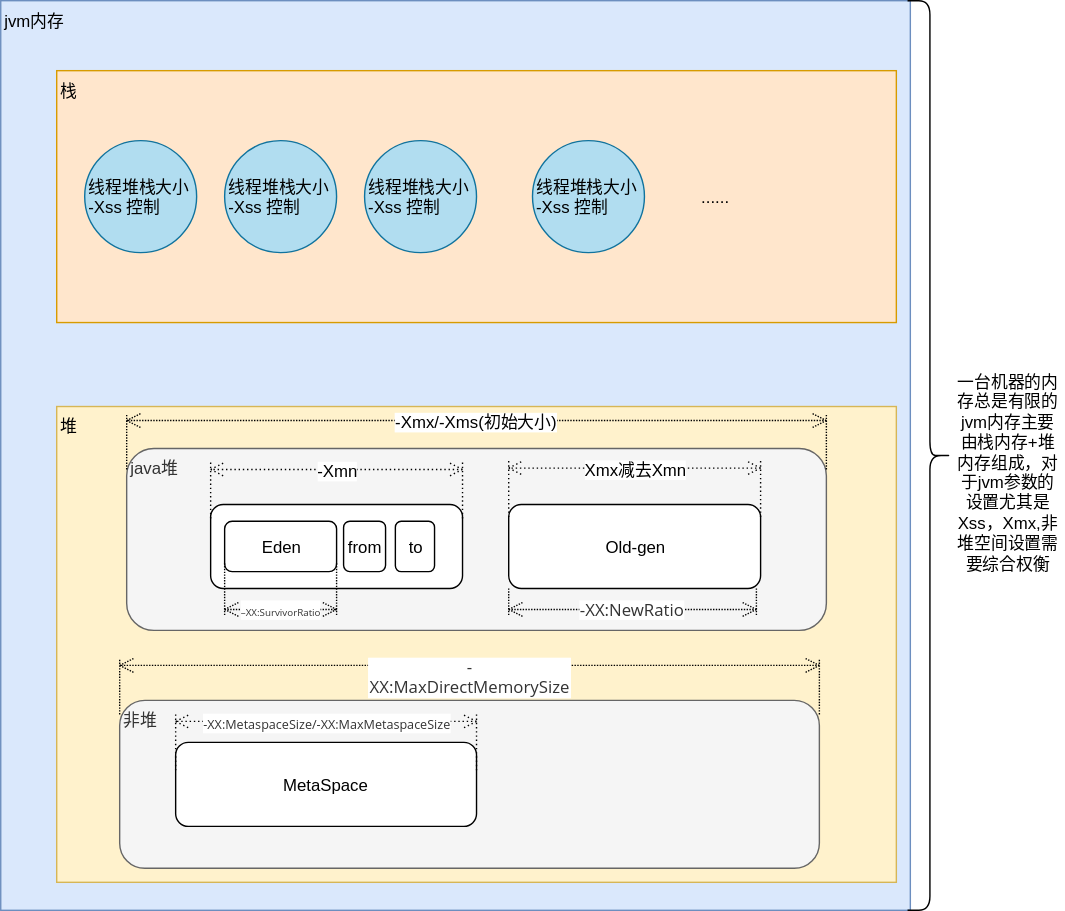
This is Week_01/jvm_memory_relation.svg from Jtiag/JAVA-000, a draw.io export, as it was before one commit. Source tidied: cells renumbered, new cells last; positions are measured from the earlier drawing's top-left corner, leaving out a move shared by most shapes. The source it was exported from:
```xml
<mxGraphModel>
  <root>
    <mxCell id="0" />
    <mxCell id="1" parent="0" />
    <mxCell id="2" value="jvm内存" style="whiteSpace=wrap;html=1;fillColor=#dae8fc;strokeColor=#6c8ebf;align=left;verticalAlign=top;" parent="1" vertex="1">
      <mxGeometry width="650" height="650" as="geometry" />
    </mxCell>
    <mxCell id="3" value="栈" style="rounded=0;whiteSpace=wrap;html=1;fillColor=#ffe6cc;strokeColor=#d79b00;verticalAlign=top;align=left;" parent="1" vertex="1">
      <mxGeometry x="40" y="50" width="600" height="180" as="geometry" />
    </mxCell>
    <mxCell id="4" value="堆" style="rounded=0;whiteSpace=wrap;html=1;fillColor=#fff2cc;strokeColor=#d6b656;verticalAlign=top;align=left;" parent="1" vertex="1">
      <mxGeometry x="40" y="290" width="600" height="340" as="geometry" />
    </mxCell>
    <mxCell id="5" value="非堆" style="rounded=1;whiteSpace=wrap;html=1;align=left;fillColor=#f5f5f5;strokeColor=#666666;fontColor=#333333;verticalAlign=top;" parent="1" vertex="1">
      <mxGeometry x="85" y="500" width="500" height="120" as="geometry" />
    </mxCell>
    <mxCell id="6" value="线程堆栈大小&lt;br&gt;-Xss 控制" style="ellipse;whiteSpace=wrap;html=1;align=left;fillColor=#b1ddf0;strokeColor=#10739e;" parent="1" vertex="1">
      <mxGeometry x="60" y="100" width="80" height="80" as="geometry" />
    </mxCell>
    <mxCell id="7" value="&lt;span style=&quot;white-space: normal&quot;&gt;线程堆栈大小&lt;/span&gt;&lt;br style=&quot;white-space: normal&quot;&gt;&lt;span style=&quot;white-space: normal&quot;&gt;-Xss 控制&lt;/span&gt;" style="ellipse;whiteSpace=wrap;html=1;align=left;fillColor=#b1ddf0;strokeColor=#10739e;" parent="1" vertex="1">
      <mxGeometry x="160" y="100" width="80" height="80" as="geometry" />
    </mxCell>
    <mxCell id="8" value="&lt;span style=&quot;white-space: normal&quot;&gt;线程堆栈大小&lt;/span&gt;&lt;br style=&quot;white-space: normal&quot;&gt;&lt;span style=&quot;white-space: normal&quot;&gt;-Xss 控制&lt;/span&gt;" style="ellipse;whiteSpace=wrap;html=1;align=left;fillColor=#b1ddf0;strokeColor=#10739e;" parent="1" vertex="1">
      <mxGeometry x="260" y="100" width="80" height="80" as="geometry" />
    </mxCell>
    <mxCell id="9" value="&lt;span style=&quot;white-space: normal&quot;&gt;线程堆栈大小&lt;/span&gt;&lt;br style=&quot;white-space: normal&quot;&gt;&lt;span style=&quot;white-space: normal&quot;&gt;-Xss 控制&lt;/span&gt;" style="ellipse;whiteSpace=wrap;html=1;align=left;fillColor=#b1ddf0;strokeColor=#10739e;" parent="1" vertex="1">
      <mxGeometry x="380" y="100" width="80" height="80" as="geometry" />
    </mxCell>
    <mxCell id="10" value="......" style="text;html=1;strokeColor=none;fillColor=none;align=center;verticalAlign=middle;whiteSpace=wrap;rounded=0;" parent="1" vertex="1">
      <mxGeometry x="490" y="130" width="40" height="20" as="geometry" />
    </mxCell>
    <mxCell id="11" value="java堆" style="rounded=1;whiteSpace=wrap;html=1;align=left;fillColor=#f5f5f5;strokeColor=#666666;fontColor=#333333;horizontal=1;verticalAlign=top;" parent="1" vertex="1">
      <mxGeometry x="90" y="320" width="500" height="130" as="geometry" />
    </mxCell>
    <mxCell id="12" style="rounded=1;whiteSpace=wrap;html=1;align=left;" parent="1" vertex="1">
      <mxGeometry x="150" y="360" width="180" height="60" as="geometry" />
    </mxCell>
    <mxCell id="13" value="Old-gen" style="rounded=1;whiteSpace=wrap;html=1;align=center;" parent="1" vertex="1">
      <mxGeometry x="363" y="360" width="180" height="60" as="geometry" />
    </mxCell>
    <mxCell id="14" value="-Xmn" style="shape=dimension;direction=west;whiteSpace=wrap;html=1;align=center;verticalAlign=top;spacingTop=-8;labelBackgroundColor=#ffffff;rounded=1;dashed=1;dashPattern=1 2;" parent="1" vertex="1">
      <mxGeometry x="150" y="330" width="180" height="40" as="geometry" />
    </mxCell>
    <mxCell id="15" value="Eden" style="rounded=1;whiteSpace=wrap;html=1;align=center;" parent="1" vertex="1">
      <mxGeometry x="160" y="372" width="80" height="36" as="geometry" />
    </mxCell>
    <mxCell id="16" value="from" style="rounded=1;whiteSpace=wrap;html=1;align=center;" parent="1" vertex="1">
      <mxGeometry x="245" y="372" width="30" height="36" as="geometry" />
    </mxCell>
    <mxCell id="17" value="to" style="rounded=1;whiteSpace=wrap;html=1;align=center;" parent="1" vertex="1">
      <mxGeometry x="282" y="372" width="28" height="36" as="geometry" />
    </mxCell>
    <mxCell id="18" value="-Xmx/-Xms(初始大小)" style="shape=dimension;direction=west;whiteSpace=wrap;html=1;align=center;verticalAlign=top;spacingTop=-8;labelBackgroundColor=#ffffff;rounded=1;dashed=1;dashPattern=1 1;" parent="1" vertex="1">
      <mxGeometry x="90" y="295" width="500" height="40" as="geometry" />
    </mxCell>
    <mxCell id="19" value="Xmx减去Xmn" style="shape=dimension;direction=west;whiteSpace=wrap;html=1;align=center;verticalAlign=top;spacingTop=-8;labelBackgroundColor=#ffffff;rounded=1;dashed=1;dashPattern=1 2;" parent="1" vertex="1">
      <mxGeometry x="363" y="329" width="180" height="40" as="geometry" />
    </mxCell>
    <mxCell id="20" value="&lt;span style=&quot;color: rgb(51 , 51 , 51) ; font-family: &amp;#34;open sans&amp;#34; , &amp;#34;clear sans&amp;#34; , &amp;#34;helvetica neue&amp;#34; , &amp;#34;helvetica&amp;#34; , &amp;#34;arial&amp;#34; , sans-serif ; white-space: pre-wrap&quot;&gt;&lt;font style=&quot;font-size: 7px&quot;&gt;–XX:SurvivorRatio&lt;/font&gt;&lt;/span&gt;" style="shape=dimension;whiteSpace=wrap;html=1;align=center;verticalAlign=bottom;spacingBottom=-5;labelBackgroundColor=#ffffff;rounded=1;dashed=1;dashPattern=1 1;" parent="1" vertex="1">
      <mxGeometry x="160" y="402" width="80" height="38" as="geometry" />
    </mxCell>
    <mxCell id="21" value="&lt;span style=&quot;color: rgb(51 , 51 , 51) ; font-family: &amp;#34;open sans&amp;#34; , &amp;#34;clear sans&amp;#34; , &amp;#34;helvetica neue&amp;#34; , &amp;#34;helvetica&amp;#34; , &amp;#34;arial&amp;#34; , sans-serif ; white-space: pre-wrap&quot;&gt;&lt;font style=&quot;font-size: 12px&quot;&gt;-XX:MaxDirectMemorySize&lt;/font&gt;&lt;/span&gt;" style="shape=dimension;direction=west;whiteSpace=wrap;html=1;align=center;verticalAlign=top;spacingTop=-8;labelBackgroundColor=#ffffff;rounded=1;dashed=1;dashPattern=1 1;" parent="1" vertex="1">
      <mxGeometry x="85" y="470" width="500" height="40" as="geometry" />
    </mxCell>
    <mxCell id="22" value="&lt;font style=&quot;font-size: 12px&quot;&gt;MetaSpace&lt;/font&gt;" style="rounded=1;whiteSpace=wrap;html=1;fontSize=9;align=center;" parent="1" vertex="1">
      <mxGeometry x="125" y="530" width="215" height="60" as="geometry" />
    </mxCell>
    <mxCell id="23" value="&lt;span style=&quot;color: rgb(51 , 51 , 51) ; font-family: &amp;#34;open sans&amp;#34; , &amp;#34;clear sans&amp;#34; , &amp;#34;helvetica neue&amp;#34; , &amp;#34;helvetica&amp;#34; , &amp;#34;arial&amp;#34; , sans-serif ; white-space: pre-wrap&quot;&gt;&lt;font style=&quot;font-size: 12px&quot;&gt;-XX:NewRatio&lt;/font&gt;&lt;/span&gt;" style="shape=dimension;whiteSpace=wrap;html=1;align=center;verticalAlign=bottom;spacingBottom=-5;labelBackgroundColor=#ffffff;rounded=1;dashed=1;dashPattern=1 1;fontSize=9;" parent="1" vertex="1">
      <mxGeometry x="363" y="420" width="177" height="20" as="geometry" />
    </mxCell>
    <mxCell id="24" style="shape=curlyBracket;whiteSpace=wrap;html=1;rounded=1;fontSize=9;align=center;direction=west;" parent="1" vertex="1">
      <mxGeometry x="648" width="32" height="650" as="geometry" />
    </mxCell>
    <mxCell id="25" value="&lt;font style=&quot;font-size: 12px&quot;&gt;一台机器的内存总是有限的jvm内存主要由栈内存+堆内存组成，对于jvm参数的设置尤其是Xss，Xmx,非堆空间设置需要综合权衡&lt;/font&gt;" style="text;html=1;strokeColor=none;fillColor=none;align=center;verticalAlign=middle;whiteSpace=wrap;rounded=0;fontSize=9;" parent="1" vertex="1">
      <mxGeometry x="680" y="325" width="80" height="20" as="geometry" />
    </mxCell>
    <mxCell id="26" value="&lt;span style=&quot;color: rgb(51 , 51 , 51) ; font-family: &amp;#34;open sans&amp;#34; , &amp;#34;clear sans&amp;#34; , &amp;#34;helvetica neue&amp;#34; , &amp;#34;helvetica&amp;#34; , &amp;#34;arial&amp;#34; , sans-serif ; white-space: pre-wrap&quot;&gt;&lt;font style=&quot;font-size: 9px&quot;&gt;-XX:MetaspaceSize/-XX:MaxMetaspaceSize&lt;/font&gt;&lt;/span&gt;" style="shape=dimension;direction=west;whiteSpace=wrap;html=1;align=center;verticalAlign=top;spacingTop=-8;labelBackgroundColor=#ffffff;rounded=1;dashed=1;dashPattern=1 2;" parent="1" vertex="1">
      <mxGeometry x="125" y="510" width="215" height="40" as="geometry" />
    </mxCell>
  </root>
</mxGraphModel>
```
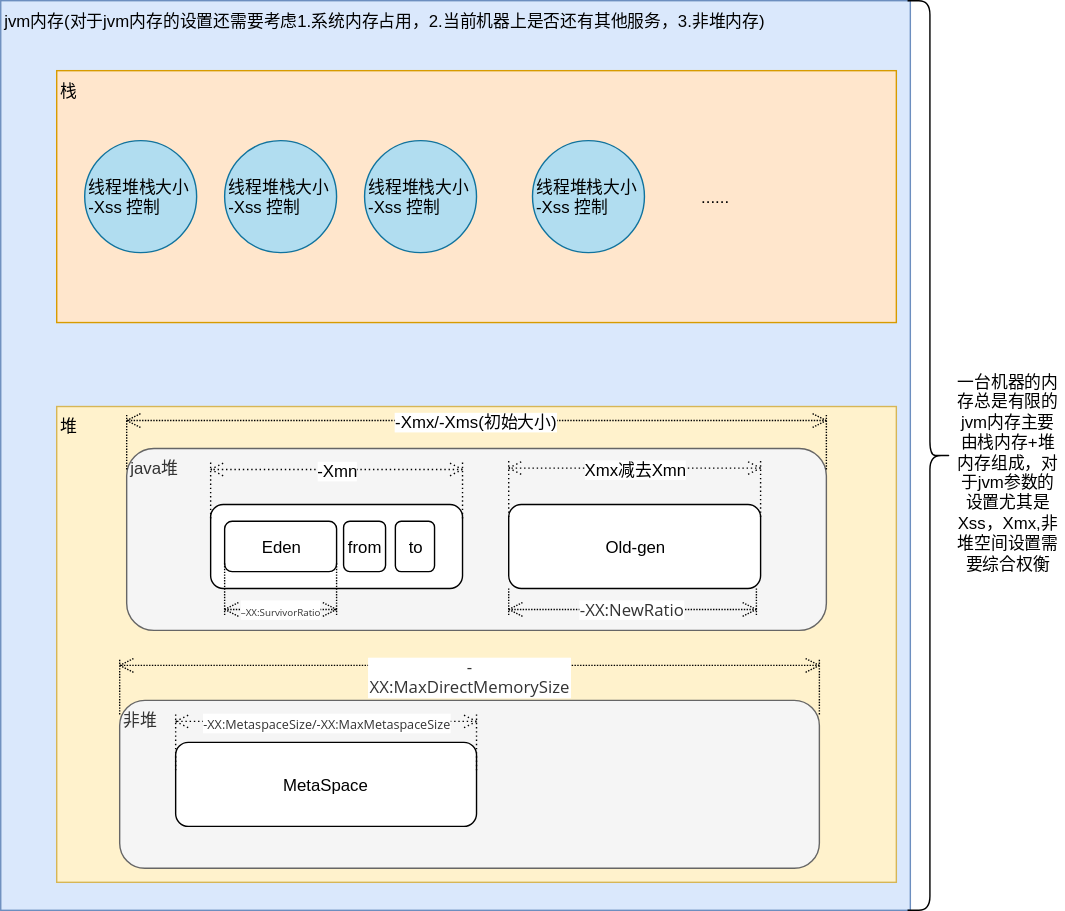
After the commit.

Change to the diagram source:
```diff
@@ -2,7 +2,7 @@
   <root>
     <mxCell id="0" />
     <mxCell id="1" parent="0" />
-    <mxCell id="2" value="jvm内存" style="whiteSpace=wrap;html=1;fillColor=#dae8fc;strokeColor=#6c8ebf;align=left;verticalAlign=top;" parent="1" vertex="1">
+    <mxCell id="2" value="jvm内存(对于jvm内存的设置还需要考虑1.系统内存占用，2.当前机器上是否还有其他服务，3.非堆内存)" style="whiteSpace=wrap;html=1;fillColor=#dae8fc;strokeColor=#6c8ebf;align=left;verticalAlign=top;" parent="1" vertex="1">
       <mxGeometry width="650" height="650" as="geometry" />
     </mxCell>
     <mxCell id="3" value="栈" style="rounded=0;whiteSpace=wrap;html=1;fillColor=#ffe6cc;strokeColor=#d79b00;verticalAlign=top;align=left;" parent="1" vertex="1">
```
